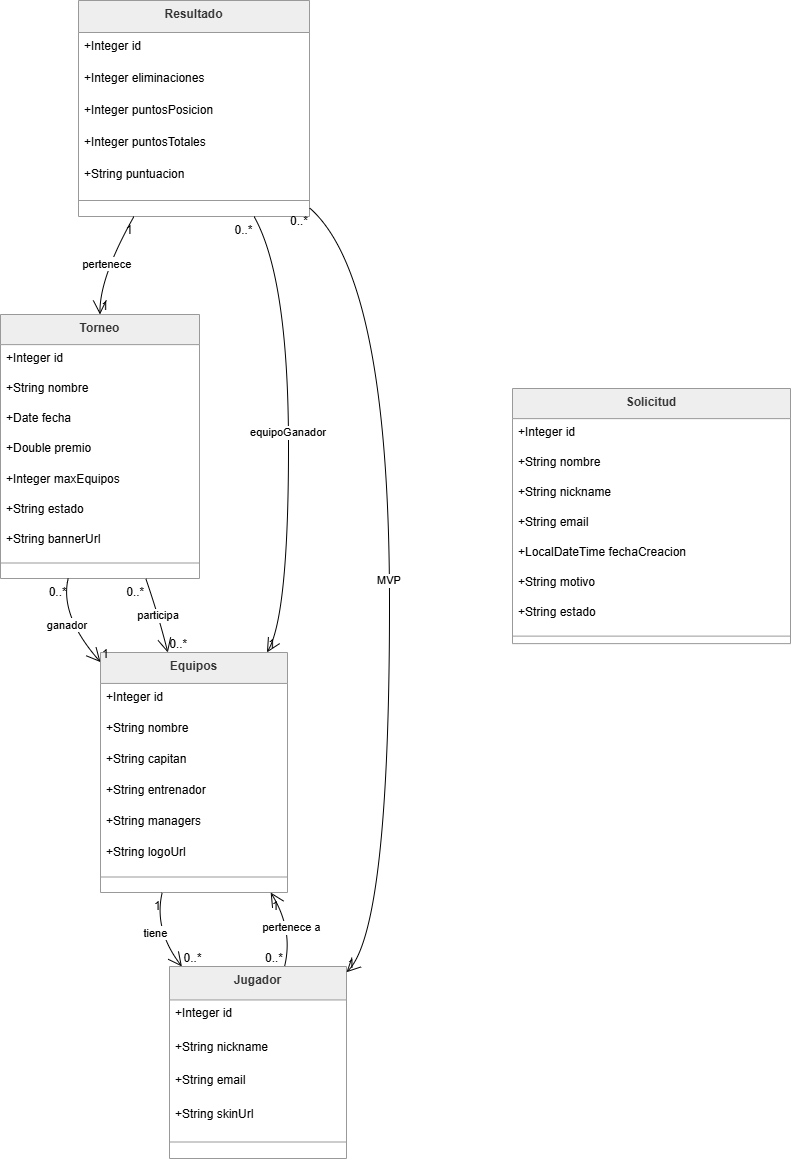
Earlier version of the draw.io export docs/diagrama de clases y secuencia/diagrama de clases.drawio.png (Zack1610/Zaloria). Source tidied: cells renumbered, new cells last; positions are measured from the earlier drawing's top-left corner, leaving out a move shared by most shapes.
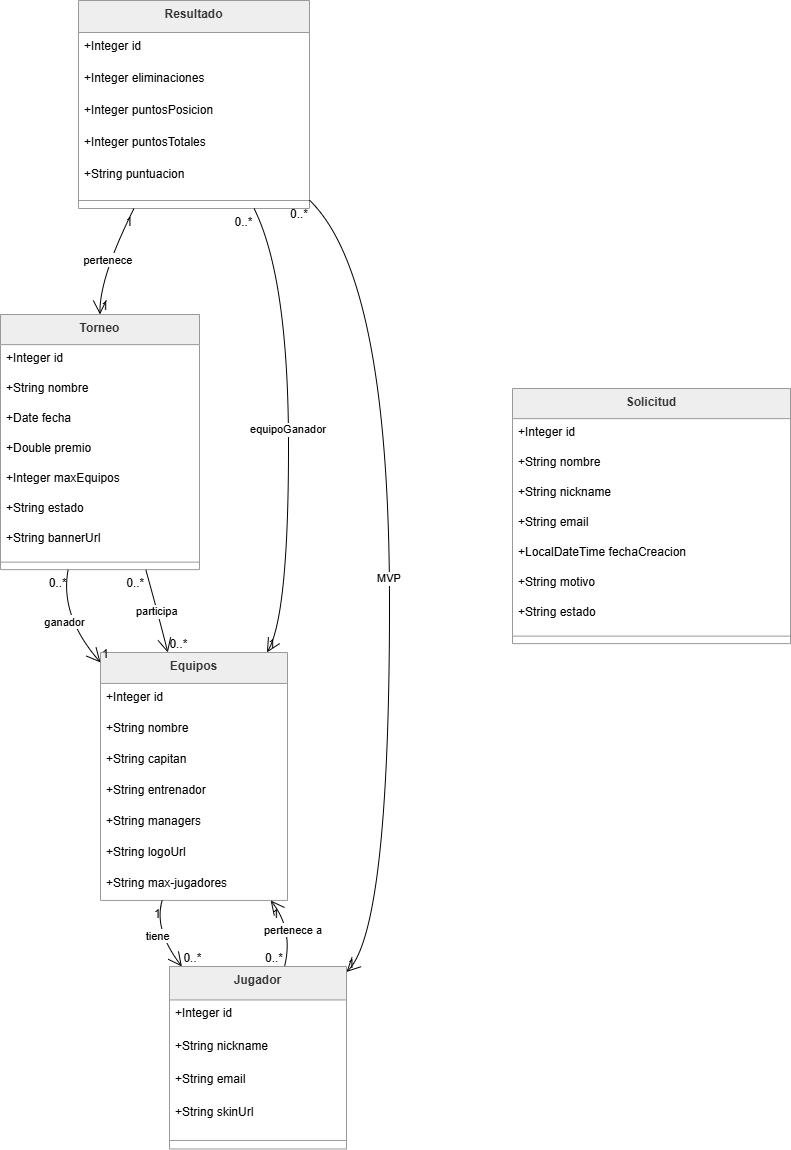
Above is the later version.

Diff of the diagram source:
```diff
@@ -3,76 +3,76 @@
     <mxCell id="0" />
     <mxCell id="1" parent="0" />
     <mxCell id="2" value="Equipos" style="swimlane;fontStyle=1;align=center;verticalAlign=top;horizontal=1;startSize=30.933333333333334;fillColor=light-dark(#eeeeee,#1f2020);strokeColor=light-dark(#999999,#cccccc);fontColor=light-dark(#333333,#cccccc);" parent="1" vertex="1">
-      <mxGeometry x="100" y="652" width="187" height="240" as="geometry" />
+      <mxGeometry x="100" y="652" width="187" height="247.9" as="geometry" />
     </mxCell>
-    <mxCell id="3" value="+Integer id" style="text;strokeColor=none;fillColor=none;align=left;verticalAlign=top;spacingLeft=4;spacingRight=4;overflow=hidden;" parent="2" vertex="1">
-      <mxGeometry y="31" width="187" height="31" as="geometry" />
-    </mxCell>
-    <mxCell id="4" value="+String nombre" style="text;strokeColor=none;fillColor=none;align=left;verticalAlign=top;spacingLeft=4;spacingRight=4;overflow=hidden;" parent="2" vertex="1">
-      <mxGeometry y="62" width="187" height="31" as="geometry" />
-    </mxCell>
+    <mxCell id="62" value="+Integer id" style="text;strokeColor=none;fillColor=none;align=left;verticalAlign=top;spacingLeft=4;spacingRight=4;overflow=hidden;" parent="2" vertex="1">
+      <mxGeometry y="30.9" width="187" height="31" as="geometry" />
+    </mxCell>
+    <mxCell id="63" value="+String nombre" style="text;strokeColor=none;fillColor=none;align=left;verticalAlign=top;spacingLeft=4;spacingRight=4;overflow=hidden;" parent="2" vertex="1">
+      <mxGeometry y="61.9" width="187" height="31" as="geometry" />
+    </mxCell>
     <mxCell id="5" value="+String capitan" style="text;strokeColor=none;fillColor=none;align=left;verticalAlign=top;spacingLeft=4;spacingRight=4;overflow=hidden;" parent="2" vertex="1">
-      <mxGeometry y="93" width="187" height="31" as="geometry" />
+      <mxGeometry y="92.9" width="187" height="31" as="geometry" />
     </mxCell>
     <mxCell id="6" value="+String entrenador" style="text;strokeColor=none;fillColor=none;align=left;verticalAlign=top;spacingLeft=4;spacingRight=4;overflow=hidden;" parent="2" vertex="1">
-      <mxGeometry y="124" width="187" height="31" as="geometry" />
+      <mxGeometry y="123.9" width="187" height="31" as="geometry" />
     </mxCell>
     <mxCell id="7" value="+String managers" style="text;strokeColor=none;fillColor=none;align=left;verticalAlign=top;spacingLeft=4;spacingRight=4;overflow=hidden;" parent="2" vertex="1">
-      <mxGeometry y="155" width="187" height="31" as="geometry" />
+      <mxGeometry y="154.9" width="187" height="31" as="geometry" />
     </mxCell>
     <mxCell id="8" value="+String logoUrl" style="text;strokeColor=none;fillColor=none;align=left;verticalAlign=top;spacingLeft=4;spacingRight=4;overflow=hidden;" parent="2" vertex="1">
-      <mxGeometry y="186" width="187" height="31" as="geometry" />
+      <mxGeometry y="185.9" width="187" height="31" as="geometry" />
     </mxCell>
-    <mxCell id="9" style="line;strokeWidth=1;fillColor=none;align=left;verticalAlign=middle;spacingTop=-1;spacingLeft=3;spacingRight=3;labelPosition=right;strokeColor=inherit;" parent="2" vertex="1">
-      <mxGeometry y="217" width="187" height="15" as="geometry" />
-    </mxCell>
+    <mxCell id="64" value="+String max-jugadores" style="text;strokeColor=none;fillColor=none;align=left;verticalAlign=top;spacingLeft=4;spacingRight=4;overflow=hidden;" parent="2" vertex="1">
+      <mxGeometry y="216.9" width="187" height="31" as="geometry" />
+    </mxCell>
     <mxCell id="10" value="Jugador" style="swimlane;fontStyle=1;align=center;verticalAlign=top;horizontal=1;startSize=33.45454545454545;fillColor=light-dark(#eeeeee,#1f2020);strokeColor=light-dark(#999999,#cccccc);fontColor=light-dark(#333333,#cccccc);" parent="1" vertex="1">
-      <mxGeometry x="169" y="966" width="177" height="192" as="geometry" />
+      <mxGeometry x="169" y="966" width="177" height="182.5" as="geometry" />
     </mxCell>
-    <mxCell id="11" value="+Integer id" style="text;strokeColor=none;fillColor=none;align=left;verticalAlign=top;spacingLeft=4;spacingRight=4;overflow=hidden;" parent="10" vertex="1">
-      <mxGeometry y="33" width="177" height="33" as="geometry" />
-    </mxCell>
+    <mxCell id="65" value="+Integer id" style="text;strokeColor=none;fillColor=none;align=left;verticalAlign=top;spacingLeft=4;spacingRight=4;overflow=hidden;" parent="10" vertex="1">
+      <mxGeometry y="33.5" width="177" height="33" as="geometry" />
+    </mxCell>
     <mxCell id="12" value="+String nickname" style="text;strokeColor=none;fillColor=none;align=left;verticalAlign=top;spacingLeft=4;spacingRight=4;overflow=hidden;" parent="10" vertex="1">
-      <mxGeometry y="67" width="177" height="33" as="geometry" />
+      <mxGeometry y="66.5" width="177" height="33" as="geometry" />
     </mxCell>
     <mxCell id="13" value="+String email" style="text;strokeColor=none;fillColor=none;align=left;verticalAlign=top;spacingLeft=4;spacingRight=4;overflow=hidden;" parent="10" vertex="1">
-      <mxGeometry y="100" width="177" height="33" as="geometry" />
+      <mxGeometry y="99.5" width="177" height="33" as="geometry" />
     </mxCell>
     <mxCell id="14" value="+String skinUrl" style="text;strokeColor=none;fillColor=none;align=left;verticalAlign=top;spacingLeft=4;spacingRight=4;overflow=hidden;" parent="10" vertex="1">
-      <mxGeometry y="134" width="177" height="33" as="geometry" />
+      <mxGeometry y="132.5" width="177" height="33" as="geometry" />
     </mxCell>
-    <mxCell id="15" style="line;strokeWidth=1;fillColor=none;align=left;verticalAlign=middle;spacingTop=-1;spacingLeft=3;spacingRight=3;labelPosition=right;strokeColor=inherit;" parent="10" vertex="1">
-      <mxGeometry y="167" width="177" height="17" as="geometry" />
-    </mxCell>
+    <mxCell id="66" style="line;strokeWidth=1;fillColor=none;align=left;verticalAlign=middle;spacingTop=-1;spacingLeft=3;spacingRight=3;labelPosition=right;strokeColor=inherit;" parent="10" vertex="1">
+      <mxGeometry y="165.5" width="177" height="17" as="geometry" />
+    </mxCell>
     <mxCell id="16" value="Torneo" style="swimlane;fontStyle=1;align=center;verticalAlign=top;horizontal=1;startSize=30.11764705882353;fillColor=light-dark(#eeeeee,#1f2020);strokeColor=light-dark(#999999,#cccccc);fontColor=light-dark(#333333,#cccccc);" parent="1" vertex="1">
-      <mxGeometry y="314" width="199" height="264" as="geometry" />
+      <mxGeometry y="314" width="199" height="255.1" as="geometry" />
     </mxCell>
-    <mxCell id="17" value="+Integer id" style="text;strokeColor=none;fillColor=none;align=left;verticalAlign=top;spacingLeft=4;spacingRight=4;overflow=hidden;" parent="16" vertex="1">
-      <mxGeometry y="30" width="199" height="30" as="geometry" />
-    </mxCell>
-    <mxCell id="18" value="+String nombre" style="text;strokeColor=none;fillColor=none;align=left;verticalAlign=top;spacingLeft=4;spacingRight=4;overflow=hidden;" parent="16" vertex="1">
-      <mxGeometry y="60" width="199" height="30" as="geometry" />
-    </mxCell>
+    <mxCell id="67" value="+Integer id" style="text;strokeColor=none;fillColor=none;align=left;verticalAlign=top;spacingLeft=4;spacingRight=4;overflow=hidden;" parent="16" vertex="1">
+      <mxGeometry y="30.1" width="199" height="30" as="geometry" />
+    </mxCell>
+    <mxCell id="68" value="+String nombre" style="text;strokeColor=none;fillColor=none;align=left;verticalAlign=top;spacingLeft=4;spacingRight=4;overflow=hidden;" parent="16" vertex="1">
+      <mxGeometry y="60.1" width="199" height="30" as="geometry" />
+    </mxCell>
     <mxCell id="19" value="+Date fecha" style="text;strokeColor=none;fillColor=none;align=left;verticalAlign=top;spacingLeft=4;spacingRight=4;overflow=hidden;" parent="16" vertex="1">
-      <mxGeometry y="90" width="199" height="30" as="geometry" />
+      <mxGeometry y="90.1" width="199" height="30" as="geometry" />
     </mxCell>
     <mxCell id="20" value="+Double premio" style="text;strokeColor=none;fillColor=none;align=left;verticalAlign=top;spacingLeft=4;spacingRight=4;overflow=hidden;" parent="16" vertex="1">
-      <mxGeometry y="120" width="199" height="30" as="geometry" />
+      <mxGeometry y="120.1" width="199" height="30" as="geometry" />
     </mxCell>
     <mxCell id="21" value="+Integer maxEquipos" style="text;strokeColor=none;fillColor=none;align=left;verticalAlign=top;spacingLeft=4;spacingRight=4;overflow=hidden;" parent="16" vertex="1">
-      <mxGeometry y="151" width="199" height="30" as="geometry" />
+      <mxGeometry y="150.1" width="199" height="30" as="geometry" />
     </mxCell>
     <mxCell id="22" value="+String estado" style="text;strokeColor=none;fillColor=none;align=left;verticalAlign=top;spacingLeft=4;spacingRight=4;overflow=hidden;" parent="16" vertex="1">
-      <mxGeometry y="181" width="199" height="30" as="geometry" />
+      <mxGeometry y="180.1" width="199" height="30" as="geometry" />
     </mxCell>
     <mxCell id="23" value="+String bannerUrl" style="text;strokeColor=none;fillColor=none;align=left;verticalAlign=top;spacingLeft=4;spacingRight=4;overflow=hidden;" parent="16" vertex="1">
-      <mxGeometry y="211" width="199" height="30" as="geometry" />
+      <mxGeometry y="210.1" width="199" height="30" as="geometry" />
     </mxCell>
-    <mxCell id="24" style="line;strokeWidth=1;fillColor=none;align=left;verticalAlign=middle;spacingTop=-1;spacingLeft=3;spacingRight=3;labelPosition=right;strokeColor=inherit;" parent="16" vertex="1">
-      <mxGeometry y="241" width="199" height="15" as="geometry" />
-    </mxCell>
+    <mxCell id="69" style="line;strokeWidth=1;fillColor=none;align=left;verticalAlign=middle;spacingTop=-1;spacingLeft=3;spacingRight=3;labelPosition=right;strokeColor=inherit;" parent="16" vertex="1">
+      <mxGeometry y="240.1" width="199" height="15" as="geometry" />
+    </mxCell>
     <mxCell id="25" value="Resultado" style="swimlane;fontStyle=1;align=center;verticalAlign=top;horizontal=1;startSize=32;fillColor=light-dark(#eeeeee,#1f2020);strokeColor=light-dark(#999999,#cccccc);fontColor=light-dark(#333333,#cccccc);" parent="1" vertex="1">
-      <mxGeometry x="78" width="231" height="216" as="geometry" />
+      <mxGeometry x="78" width="231" height="208" as="geometry" />
     </mxCell>
     <mxCell id="26" value="+Integer id" style="text;strokeColor=none;fillColor=none;align=left;verticalAlign=top;spacingLeft=4;spacingRight=4;overflow=hidden;" parent="25" vertex="1">
       <mxGeometry y="32" width="231" height="32" as="geometry" />
@@ -126,12 +126,12 @@
         </Array>
       </mxGeometry>
     </mxCell>
-    <mxCell id="42" value="1" style="edgeLabel;labelBackgroundColor=none;fontSize=12;align=right;verticalAlign=top;" parent="41" vertex="1">
-      <mxGeometry x="-1" relative="1" as="geometry" />
-    </mxCell>
-    <mxCell id="43" value="0..*" style="edgeLabel;labelBackgroundColor=none;fontSize=12;align=left;verticalAlign=bottom;" parent="41" vertex="1">
-      <mxGeometry x="1" relative="1" as="geometry" />
-    </mxCell>
+    <mxCell id="70" value="1" style="edgeLabel;labelBackgroundColor=none;fontSize=12;align=right;verticalAlign=top;" parent="41" vertex="1">
+      <mxGeometry x="-1" relative="1" as="geometry" />
+    </mxCell>
+    <mxCell id="71" value="0..*" style="edgeLabel;labelBackgroundColor=none;fontSize=12;align=left;verticalAlign=bottom;" parent="41" vertex="1">
+      <mxGeometry x="1" relative="1" as="geometry" />
+    </mxCell>
     <mxCell id="44" value="pertenece a" style="curved=1;startArrow=none;endArrow=open;endSize=12;exitX=0.65;exitY=0;entryX=0.91;entryY=1;" parent="1" edge="1" source="10" target="2">
       <mxGeometry relative="1" as="geometry">
         <Array as="points">
@@ -152,12 +152,12 @@
         </Array>
       </mxGeometry>
     </mxCell>
-    <mxCell id="48" value="0..*" style="edgeLabel;labelBackgroundColor=none;fontSize=12;align=right;verticalAlign=top;" parent="47" vertex="1">
-      <mxGeometry x="-1" relative="1" as="geometry" />
-    </mxCell>
-    <mxCell id="49" value="1" style="edgeLabel;labelBackgroundColor=none;fontSize=12;align=left;verticalAlign=bottom;" parent="47" vertex="1">
-      <mxGeometry x="1" relative="1" as="geometry" />
-    </mxCell>
+    <mxCell id="72" value="0..*" style="edgeLabel;labelBackgroundColor=none;fontSize=12;align=right;verticalAlign=top;" parent="47" vertex="1">
+      <mxGeometry x="-1" relative="1" as="geometry" />
+    </mxCell>
+    <mxCell id="73" value="1" style="edgeLabel;labelBackgroundColor=none;fontSize=12;align=left;verticalAlign=bottom;" parent="47" vertex="1">
+      <mxGeometry x="1" relative="1" as="geometry" />
+    </mxCell>
     <mxCell id="50" value="participa" style="curved=1;startArrow=none;endArrow=open;endSize=12;exitX=0.73;exitY=1;entryX=0.36;entryY=0;" parent="1" edge="1" source="16" target="2">
       <mxGeometry relative="1" as="geometry">
         <Array as="points">
@@ -165,12 +165,12 @@
         </Array>
       </mxGeometry>
     </mxCell>
-    <mxCell id="51" value="0..*" style="edgeLabel;labelBackgroundColor=none;fontSize=12;align=right;verticalAlign=top;" parent="50" vertex="1">
-      <mxGeometry x="-1" relative="1" as="geometry" />
-    </mxCell>
-    <mxCell id="52" value="0..*" style="edgeLabel;labelBackgroundColor=none;fontSize=12;align=left;verticalAlign=bottom;" parent="50" vertex="1">
-      <mxGeometry x="1" relative="1" as="geometry" />
-    </mxCell>
+    <mxCell id="74" value="0..*" style="edgeLabel;labelBackgroundColor=none;fontSize=12;align=right;verticalAlign=top;" parent="50" vertex="1">
+      <mxGeometry x="-1" relative="1" as="geometry" />
+    </mxCell>
+    <mxCell id="75" value="0..*" style="edgeLabel;labelBackgroundColor=none;fontSize=12;align=left;verticalAlign=bottom;" parent="50" vertex="1">
+      <mxGeometry x="1" relative="1" as="geometry" />
+    </mxCell>
     <mxCell id="53" value="pertenece" style="curved=1;startArrow=none;endArrow=open;endSize=12;exitX=0.24;exitY=1;entryX=0.5;entryY=0;" parent="1" edge="1" source="25" target="16">
       <mxGeometry relative="1" as="geometry">
         <Array as="points">
@@ -178,12 +178,12 @@
         </Array>
       </mxGeometry>
     </mxCell>
-    <mxCell id="54" value="1" style="edgeLabel;labelBackgroundColor=none;fontSize=12;align=right;verticalAlign=top;" parent="53" vertex="1">
-      <mxGeometry x="-1" relative="1" as="geometry" />
-    </mxCell>
-    <mxCell id="55" value="1" style="edgeLabel;labelBackgroundColor=none;fontSize=12;align=left;verticalAlign=bottom;" parent="53" vertex="1">
-      <mxGeometry x="1" relative="1" as="geometry" />
-    </mxCell>
+    <mxCell id="76" value="1" style="edgeLabel;labelBackgroundColor=none;fontSize=12;align=right;verticalAlign=top;" parent="53" vertex="1">
+      <mxGeometry x="-1" relative="1" as="geometry" />
+    </mxCell>
+    <mxCell id="77" value="1" style="edgeLabel;labelBackgroundColor=none;fontSize=12;align=left;verticalAlign=bottom;" parent="53" vertex="1">
+      <mxGeometry x="1" relative="1" as="geometry" />
+    </mxCell>
     <mxCell id="56" value="equipoGanador" style="curved=1;startArrow=none;endArrow=open;endSize=12;exitX=0.76;exitY=1;entryX=0.89;entryY=0;" parent="1" edge="1" source="25" target="2">
       <mxGeometry relative="1" as="geometry">
         <Array as="points">
@@ -192,12 +192,12 @@
         </Array>
       </mxGeometry>
     </mxCell>
-    <mxCell id="57" value="0..*" style="edgeLabel;labelBackgroundColor=none;fontSize=12;align=right;verticalAlign=top;" parent="56" vertex="1">
-      <mxGeometry x="-1" relative="1" as="geometry" />
-    </mxCell>
-    <mxCell id="58" value="1" style="edgeLabel;labelBackgroundColor=none;fontSize=12;align=left;verticalAlign=bottom;" parent="56" vertex="1">
-      <mxGeometry x="1" relative="1" as="geometry" />
-    </mxCell>
+    <mxCell id="78" value="0..*" style="edgeLabel;labelBackgroundColor=none;fontSize=12;align=right;verticalAlign=top;" parent="56" vertex="1">
+      <mxGeometry x="-1" relative="1" as="geometry" />
+    </mxCell>
+    <mxCell id="79" value="1" style="edgeLabel;labelBackgroundColor=none;fontSize=12;align=left;verticalAlign=bottom;" parent="56" vertex="1">
+      <mxGeometry x="1" relative="1" as="geometry" />
+    </mxCell>
     <mxCell id="59" value="MVP" style="curved=1;startArrow=none;endArrow=open;endSize=12;exitX=1;exitY=0.96;entryX=1;entryY=0.03;" parent="1" edge="1" source="25" target="10">
       <mxGeometry relative="1" as="geometry">
         <Array as="points">
@@ -206,11 +206,11 @@
         </Array>
       </mxGeometry>
     </mxCell>
-    <mxCell id="60" value="0..*" style="edgeLabel;labelBackgroundColor=none;fontSize=12;align=right;verticalAlign=top;" parent="59" vertex="1">
-      <mxGeometry x="-1" relative="1" as="geometry" />
-    </mxCell>
-    <mxCell id="61" value="1" style="edgeLabel;labelBackgroundColor=none;fontSize=12;align=left;verticalAlign=bottom;" parent="59" vertex="1">
-      <mxGeometry x="1" relative="1" as="geometry" />
-    </mxCell>
+    <mxCell id="80" value="0..*" style="edgeLabel;labelBackgroundColor=none;fontSize=12;align=right;verticalAlign=top;" parent="59" vertex="1">
+      <mxGeometry x="-1" relative="1" as="geometry" />
+    </mxCell>
+    <mxCell id="81" value="1" style="edgeLabel;labelBackgroundColor=none;fontSize=12;align=left;verticalAlign=bottom;" parent="59" vertex="1">
+      <mxGeometry x="1" relative="1" as="geometry" />
+    </mxCell>
   </root>
 </mxGraphModel>
```
